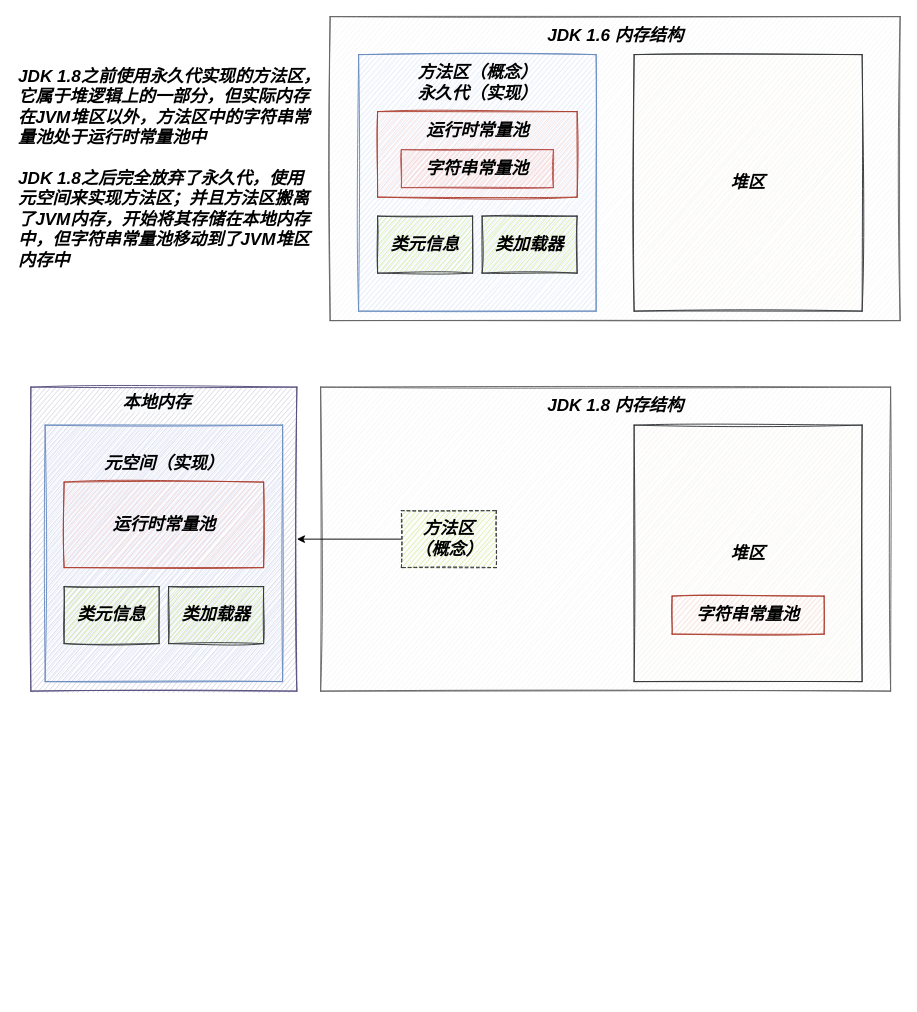
This is Method.drawio from Bukayoooo/Draws, a draw.io file, before an edit. Source tidied: cells renumbered, new cells numbered last; positions are measured from the earlier drawing's top-left corner, leaving out a move shared by most shapes. Both pictures are drawn from the tidied source at 95%, with x=0, y=0 at pixel (16, 16).
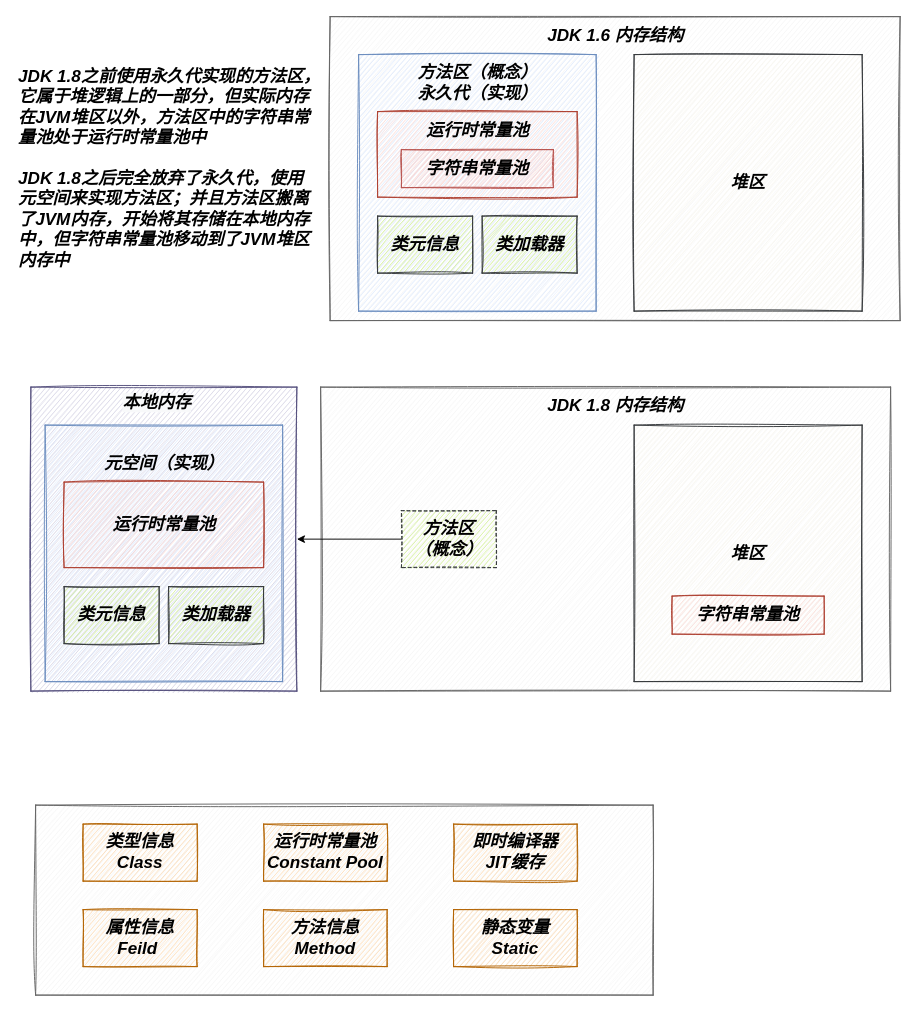
The same diagram, later.

The edit, as a diff of the source:
```diff
@@
+    <mxCell id="27" style="rounded=0;whiteSpace=wrap;html=1;fillColor=#f5f5f5;fontColor=#333333;strokeColor=#666666;sketch=1;" parent="1" vertex="1">
+      <mxGeometry x="20" y="830" width="650" height="200" as="geometry" />
+    </mxCell>
+    <mxCell id="28" value="&lt;b&gt;&lt;i&gt;类型信息&lt;br&gt;Class&lt;br&gt;&lt;/i&gt;&lt;/b&gt;" style="rounded=0;whiteSpace=wrap;html=1;shadow=0;sketch=1;fontSize=18;fillColor=#fad7ac;strokeColor=#b46504;" parent="1" vertex="1">
+      <mxGeometry x="70" y="850" width="120" height="60" as="geometry" />
+    </mxCell>
+    <mxCell id="29" value="&lt;b&gt;&lt;i&gt;运行时常量池&lt;br&gt;Constant Pool&lt;br&gt;&lt;/i&gt;&lt;/b&gt;" style="rounded=0;whiteSpace=wrap;html=1;shadow=0;sketch=1;fontSize=18;fillColor=#fad7ac;strokeColor=#b46504;" parent="1" vertex="1">
+      <mxGeometry x="260" y="850" width="130" height="60" as="geometry" />
+    </mxCell>
+    <mxCell id="30" value="&lt;b&gt;&lt;i&gt;属性信息&lt;br&gt;Feild&amp;nbsp;&lt;/i&gt;&lt;/b&gt;&lt;b&gt;&lt;i&gt;&lt;br&gt;&lt;/i&gt;&lt;/b&gt;" style="rounded=0;whiteSpace=wrap;html=1;shadow=0;sketch=1;fontSize=18;fillColor=#fad7ac;strokeColor=#b46504;" parent="1" vertex="1">
+      <mxGeometry x="70" y="940" width="120" height="60" as="geometry" />
+    </mxCell>
+    <mxCell id="31" value="&lt;b&gt;&lt;i&gt;方法信息&lt;br&gt;Method&lt;/i&gt;&lt;/b&gt;&lt;b&gt;&lt;i&gt;&lt;br&gt;&lt;/i&gt;&lt;/b&gt;" style="rounded=0;whiteSpace=wrap;html=1;shadow=0;sketch=1;fontSize=18;fillColor=#fad7ac;strokeColor=#b46504;" parent="1" vertex="1">
+      <mxGeometry x="260" y="940" width="130" height="60" as="geometry" />
+    </mxCell>
+    <mxCell id="32" value="&lt;b&gt;&lt;i&gt;静态变量&lt;br&gt;&lt;/i&gt;&lt;/b&gt;&lt;b&gt;&lt;i&gt;Static&lt;br&gt;&lt;/i&gt;&lt;/b&gt;" style="rounded=0;whiteSpace=wrap;html=1;shadow=0;sketch=1;fontSize=18;fillColor=#fad7ac;strokeColor=#b46504;" parent="1" vertex="1">
+      <mxGeometry x="460" y="940" width="130" height="60" as="geometry" />
+    </mxCell>
+    <mxCell id="33" value="&lt;b&gt;&lt;i&gt;即时编译器&lt;br&gt;JIT缓存&lt;br&gt;&lt;/i&gt;&lt;/b&gt;" style="rounded=0;whiteSpace=wrap;html=1;shadow=0;sketch=1;fontSize=18;fillColor=#fad7ac;strokeColor=#b46504;" parent="1" vertex="1">
+      <mxGeometry x="460" y="850" width="130" height="60" as="geometry" />
+    </mxCell>
```
